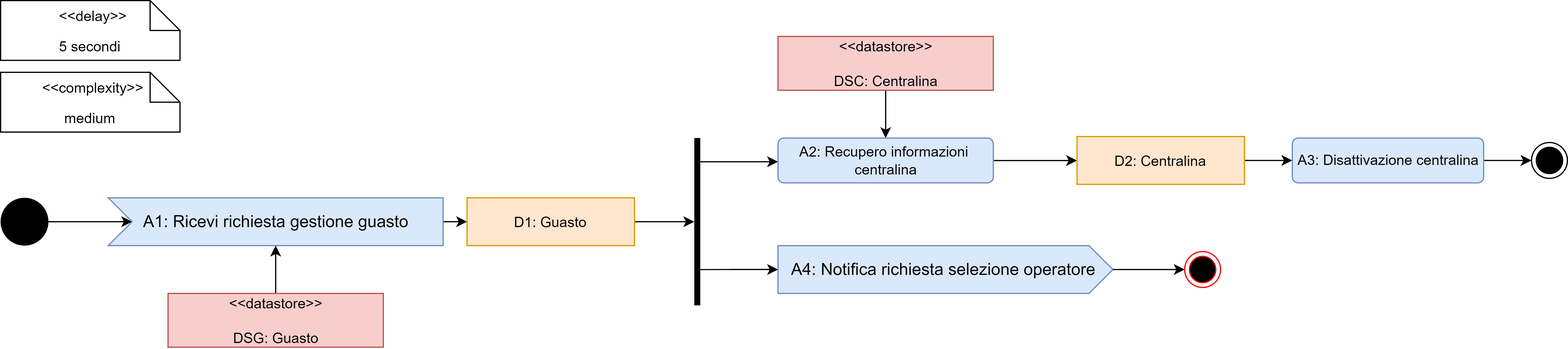
mbeccari856608/architetturasw2024 keeps this draw.io diagram as images/ADUC3.png. Above is the earlier version. Source tidied: cells renumbered, new cells last; positions are measured from the earlier drawing's top-left corner, leaving out a move shared by most shapes.
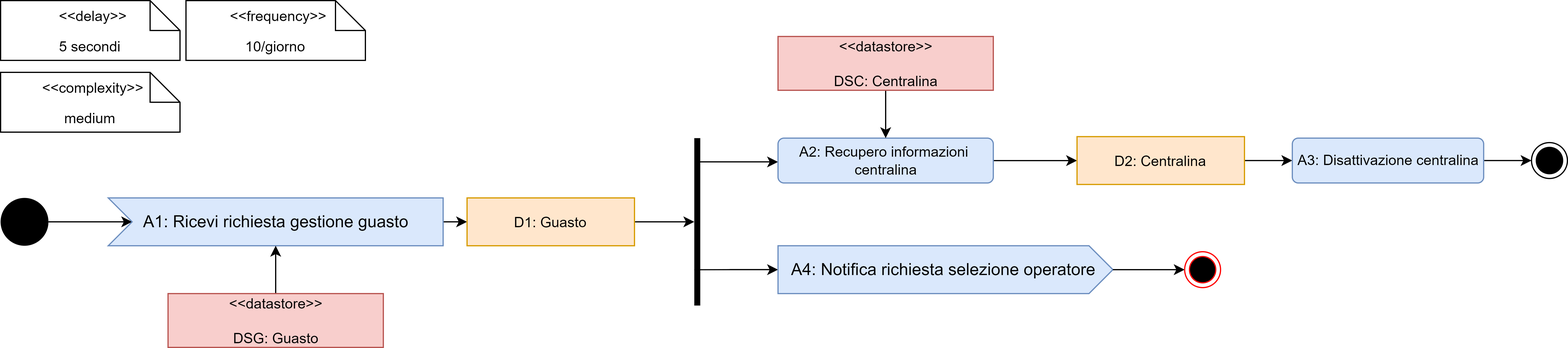
After the change.

The edit, as a diff of the source:
```diff
@@ -96,5 +96,11 @@
     <mxCell id="29" style="ellipse;html=1;shape=endState;fillColor=#000000;strokeColor=#ff0000;" parent="1" vertex="1">
       <mxGeometry x="990" y="210" width="30" height="30" as="geometry" />
     </mxCell>
+    <mxCell id="30" value="10/giorno" style="shape=note2;boundedLbl=1;whiteSpace=wrap;html=1;size=25;verticalAlign=top;align=center;" parent="1" vertex="1">
+      <mxGeometry x="155" width="150" height="50" as="geometry" />
+    </mxCell>
+    <mxCell id="31" value="&lt;&lt;frequency&gt;&gt;" style="strokeColor=none;fillColor=none;align=center;spacingLeft=5;" parent="30" vertex="1">
+      <mxGeometry width="150" height="25" relative="1" as="geometry" />
+    </mxCell>
   </root>
 </mxGraphModel>
```
